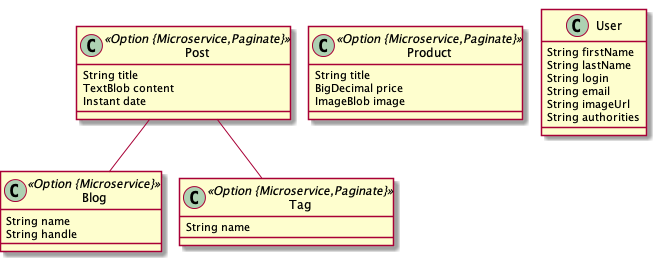
Before: jhipster-microservice/assets/microservices-blog-store.png, a diagram exported from PlantUML (adhulappanavar/katacoda-scenarios). The source it was exported from:
```plantuml
@startuml
	!pragma graphviz_dot jdot
	!pragma syntax class
	class Blog <<Option {Microservice}>> {
		String name
		String handle
	}
	class Post <<Option {Microservice,Paginate}>> {
		String title
		TextBlob content
		Instant date
	}
	class Tag <<Option {Microservice,Paginate}>> {
		String name
	}
	class Product <<Option {Microservice,Paginate}>> {
		String title
		BigDecimal price
		ImageBlob image
	}
	Post  "blog(name) 0..* " o-- "0..1 "  Blog
	Post  "tag(name) 0..* " o--o "post 0..* "  Tag
	class User  {
		String firstName
		String lastName
		String login
		String email
		String imageUrl
		String authorities
	}
@enduml
```
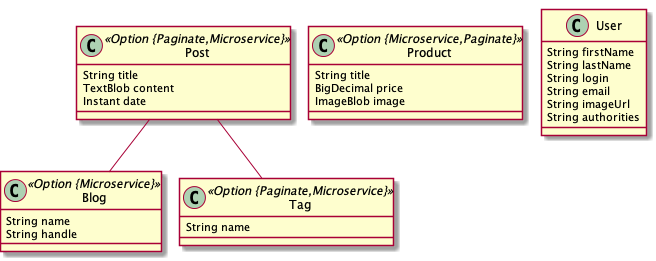
After the change.

Diff of the diagram source:
```diff
@@ -5,12 +5,12 @@
 		String name
 		String handle
 	}
-	class Post <<Option {Microservice,Paginate}>> {
+	class Post <<Option {Paginate,Microservice}>> {
 		String title
 		TextBlob content
 		Instant date
 	}
-	class Tag <<Option {Microservice,Paginate}>> {
+	class Tag <<Option {Paginate,Microservice}>> {
 		String name
 	}
 	class Product <<Option {Microservice,Paginate}>> {
```
